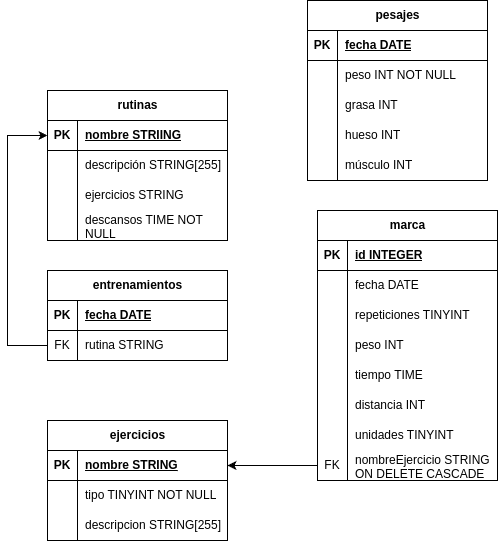
paccco/TFG keeps this draw.io diagram as doc/fotos/BDL iteracion 4.png. Above is the earlier version. Source tidied: cells renumbered, new cells last; positions are measured from the earlier drawing's top-left corner, leaving out a move shared by most shapes. Its diagram source:
```xml
<mxGraphModel>
  <root>
    <mxCell id="0" />
    <mxCell id="1" parent="0" />
    <mxCell id="2" value="ejercicios" style="shape=table;startSize=30;rowLines=0;fontStyle=1;align=center;html=1;" parent="1" vertex="1">
      <mxGeometry x="40" y="420" width="180" height="120" as="geometry" />
    </mxCell>
    <mxCell id="3" style="shape=tableRow;horizontal=0;startSize=0;swimlaneHead=0;swimlaneBody=0;fillColor=none;points=[[0,0.5],[1,0.5]];portConstraint=eastwest;top=0;left=0;right=0;bottom=1;" parent="2" vertex="1">
      <mxGeometry y="30" width="180" height="30" as="geometry" />
    </mxCell>
    <mxCell id="4" value="PK" style="shape=partialRectangle;fillColor=none;top=0;left=0;bottom=0;right=0;fontStyle=1;overflow=hidden;whiteSpace=wrap;html=1;" parent="3" vertex="1">
      <mxGeometry width="30" height="30" as="geometry" />
    </mxCell>
    <mxCell id="5" value="nombre STRING" style="shape=partialRectangle;fillColor=none;top=0;left=0;bottom=0;right=0;align=left;spacingLeft=6;fontStyle=5;overflow=hidden;whiteSpace=wrap;html=1;" parent="3" vertex="1">
      <mxGeometry x="30" width="150" height="30" as="geometry" />
    </mxCell>
    <mxCell id="6" style="shape=tableRow;horizontal=0;startSize=0;swimlaneHead=0;swimlaneBody=0;fillColor=none;top=0;left=0;right=0;bottom=0;" parent="2" vertex="1">
      <mxGeometry y="60" width="180" height="30" as="geometry" />
    </mxCell>
    <mxCell id="7" style="shape=partialRectangle;fillColor=none;top=0;left=0;bottom=0;right=0;overflow=hidden;whiteSpace=wrap;html=1;" parent="6" vertex="1">
      <mxGeometry width="30" height="30" as="geometry" />
    </mxCell>
    <mxCell id="8" value="tipo TINYINT NOT NULL" style="shape=partialRectangle;fillColor=none;top=0;left=0;bottom=0;right=0;align=left;spacingLeft=6;overflow=hidden;whiteSpace=wrap;html=1;" parent="6" vertex="1">
      <mxGeometry x="30" width="150" height="30" as="geometry" />
    </mxCell>
    <mxCell id="9" style="shape=tableRow;horizontal=0;startSize=0;swimlaneHead=0;swimlaneBody=0;fillColor=none;top=0;left=0;right=0;bottom=0;" parent="2" vertex="1">
      <mxGeometry y="90" width="180" height="30" as="geometry" />
    </mxCell>
    <mxCell id="10" style="shape=partialRectangle;fillColor=none;top=0;left=0;bottom=0;right=0;overflow=hidden;whiteSpace=wrap;html=1;" parent="9" vertex="1">
      <mxGeometry width="30" height="30" as="geometry" />
    </mxCell>
    <mxCell id="11" value="descripcion STRING[255]" style="shape=partialRectangle;fillColor=none;top=0;left=0;bottom=0;right=0;align=left;spacingLeft=6;overflow=hidden;whiteSpace=wrap;html=1;" parent="9" vertex="1">
      <mxGeometry x="30" width="150" height="30" as="geometry" />
    </mxCell>
    <mxCell id="12" value="marca" style="shape=table;startSize=30;rowLines=0;fontStyle=1;align=center;html=1;" parent="1" vertex="1">
      <mxGeometry x="310" y="210" width="180" height="270" as="geometry" />
    </mxCell>
    <mxCell id="13" style="shape=tableRow;horizontal=0;startSize=0;swimlaneHead=0;swimlaneBody=0;fillColor=none;top=0;left=0;right=0;bottom=1;" parent="12" vertex="1">
      <mxGeometry y="30" width="180" height="30" as="geometry" />
    </mxCell>
    <mxCell id="14" value="PK" style="shape=partialRectangle;fillColor=none;top=0;left=0;bottom=0;right=0;fontStyle=1;overflow=hidden;whiteSpace=wrap;html=1;" parent="13" vertex="1">
      <mxGeometry width="30" height="30" as="geometry" />
    </mxCell>
    <mxCell id="15" value="id INTEGER" style="shape=partialRectangle;fillColor=none;top=0;left=0;bottom=0;right=0;align=left;spacingLeft=6;fontStyle=5;overflow=hidden;whiteSpace=wrap;html=1;" parent="13" vertex="1">
      <mxGeometry x="30" width="150" height="30" as="geometry" />
    </mxCell>
    <mxCell id="16" style="shape=tableRow;horizontal=0;startSize=0;swimlaneHead=0;swimlaneBody=0;fillColor=none;top=0;left=0;right=0;bottom=0;" parent="12" vertex="1">
      <mxGeometry y="60" width="180" height="30" as="geometry" />
    </mxCell>
    <mxCell id="17" style="shape=partialRectangle;fillColor=none;top=0;left=0;bottom=0;right=0;overflow=hidden;whiteSpace=wrap;html=1;" parent="16" vertex="1">
      <mxGeometry width="30" height="30" as="geometry" />
    </mxCell>
    <mxCell id="18" value="fecha DATE" style="shape=partialRectangle;fillColor=none;top=0;left=0;bottom=0;right=0;align=left;spacingLeft=6;overflow=hidden;whiteSpace=wrap;html=1;" parent="16" vertex="1">
      <mxGeometry x="30" width="150" height="30" as="geometry" />
    </mxCell>
    <mxCell id="19" style="shape=tableRow;horizontal=0;startSize=0;swimlaneHead=0;swimlaneBody=0;fillColor=none;top=0;left=0;right=0;bottom=0;" parent="12" vertex="1">
      <mxGeometry y="90" width="180" height="30" as="geometry" />
    </mxCell>
    <mxCell id="20" style="shape=partialRectangle;fillColor=none;top=0;left=0;bottom=0;right=0;overflow=hidden;whiteSpace=wrap;html=1;" parent="19" vertex="1">
      <mxGeometry width="30" height="30" as="geometry" />
    </mxCell>
    <mxCell id="21" value="repeticiones TINYINT" style="shape=partialRectangle;fillColor=none;top=0;left=0;bottom=0;right=0;align=left;spacingLeft=6;overflow=hidden;whiteSpace=wrap;html=1;" parent="19" vertex="1">
      <mxGeometry x="30" width="150" height="30" as="geometry" />
    </mxCell>
    <mxCell id="22" style="shape=tableRow;horizontal=0;startSize=0;swimlaneHead=0;swimlaneBody=0;fillColor=none;top=0;left=0;right=0;bottom=0;" parent="12" vertex="1">
      <mxGeometry y="120" width="180" height="30" as="geometry" />
    </mxCell>
    <mxCell id="23" style="shape=partialRectangle;fillColor=none;top=0;left=0;bottom=0;right=0;overflow=hidden;whiteSpace=wrap;html=1;" parent="22" vertex="1">
      <mxGeometry width="30" height="30" as="geometry" />
    </mxCell>
    <mxCell id="24" value="peso INT" style="shape=partialRectangle;fillColor=none;top=0;left=0;bottom=0;right=0;align=left;spacingLeft=6;overflow=hidden;whiteSpace=wrap;html=1;" parent="22" vertex="1">
      <mxGeometry x="30" width="150" height="30" as="geometry" />
    </mxCell>
    <mxCell id="25" style="shape=tableRow;horizontal=0;startSize=0;swimlaneHead=0;swimlaneBody=0;fillColor=none;top=0;left=0;right=0;bottom=0;" parent="12" vertex="1">
      <mxGeometry y="150" width="180" height="30" as="geometry" />
    </mxCell>
    <mxCell id="26" style="shape=partialRectangle;fillColor=none;top=0;left=0;bottom=0;right=0;overflow=hidden;whiteSpace=wrap;html=1;" parent="25" vertex="1">
      <mxGeometry width="30" height="30" as="geometry" />
    </mxCell>
    <mxCell id="27" value="tiempo TIME" style="shape=partialRectangle;fillColor=none;top=0;left=0;bottom=0;right=0;align=left;spacingLeft=6;overflow=hidden;whiteSpace=wrap;html=1;" parent="25" vertex="1">
      <mxGeometry x="30" width="150" height="30" as="geometry" />
    </mxCell>
    <mxCell id="28" style="shape=tableRow;horizontal=0;startSize=0;swimlaneHead=0;swimlaneBody=0;fillColor=none;top=0;left=0;right=0;bottom=0;" parent="12" vertex="1">
      <mxGeometry y="180" width="180" height="30" as="geometry" />
    </mxCell>
    <mxCell id="29" style="shape=partialRectangle;fillColor=none;top=0;left=0;bottom=0;right=0;overflow=hidden;whiteSpace=wrap;html=1;" parent="28" vertex="1">
      <mxGeometry width="30" height="30" as="geometry" />
    </mxCell>
    <mxCell id="30" value="distancia INT" style="shape=partialRectangle;fillColor=none;top=0;left=0;bottom=0;right=0;align=left;spacingLeft=6;overflow=hidden;whiteSpace=wrap;html=1;" parent="28" vertex="1">
      <mxGeometry x="30" width="150" height="30" as="geometry" />
    </mxCell>
    <mxCell id="31" style="shape=tableRow;horizontal=0;startSize=0;swimlaneHead=0;swimlaneBody=0;fillColor=none;top=0;left=0;right=0;bottom=0;" parent="12" vertex="1">
      <mxGeometry y="210" width="180" height="30" as="geometry" />
    </mxCell>
    <mxCell id="32" style="shape=partialRectangle;fillColor=none;top=0;left=0;bottom=0;right=0;overflow=hidden;whiteSpace=wrap;html=1;" parent="31" vertex="1">
      <mxGeometry width="30" height="30" as="geometry" />
    </mxCell>
    <mxCell id="33" value="unidades TINYINT" style="shape=partialRectangle;fillColor=none;top=0;left=0;bottom=0;right=0;align=left;spacingLeft=6;overflow=hidden;whiteSpace=wrap;html=1;" parent="31" vertex="1">
      <mxGeometry x="30" width="150" height="30" as="geometry" />
    </mxCell>
    <mxCell id="34" style="shape=tableRow;horizontal=0;startSize=0;swimlaneHead=0;swimlaneBody=0;fillColor=none;points=[[0,0.5],[1,0.5]];portConstraint=eastwest;top=0;left=0;right=0;bottom=0;" parent="12" vertex="1">
      <mxGeometry y="240" width="180" height="30" as="geometry" />
    </mxCell>
    <mxCell id="35" value="FK" style="shape=partialRectangle;fillColor=none;top=0;left=0;bottom=0;right=0;overflow=hidden;whiteSpace=wrap;html=1;" parent="34" vertex="1">
      <mxGeometry width="30" height="30" as="geometry" />
    </mxCell>
    <mxCell id="36" value="nombreEjercicio STRING ON DELETE CASCADE" style="shape=partialRectangle;fillColor=none;top=0;left=0;bottom=0;right=0;align=left;spacingLeft=6;overflow=hidden;whiteSpace=wrap;html=1;" parent="34" vertex="1">
      <mxGeometry x="30" width="150" height="30" as="geometry" />
    </mxCell>
    <mxCell id="37" style="endArrow=classic;html=1;rounded=0;exitX=0;exitY=0.5;exitDx=0;exitDy=0;entryX=1;entryY=0.5;entryDx=0;entryDy=0;" parent="1" edge="1" source="34" target="3">
      <mxGeometry relative="1" as="geometry" />
    </mxCell>
    <mxCell id="38" value="rutinas" style="shape=table;startSize=30;rowLines=0;fontStyle=1;align=center;html=1;" parent="1" vertex="1">
      <mxGeometry x="40" y="90" width="180" height="150" as="geometry" />
    </mxCell>
    <mxCell id="39" style="shape=tableRow;horizontal=0;startSize=0;swimlaneHead=0;swimlaneBody=0;fillColor=none;points=[[0,0.5],[1,0.5]];portConstraint=eastwest;top=0;left=0;right=0;bottom=1;" parent="38" vertex="1">
      <mxGeometry y="30" width="180" height="30" as="geometry" />
    </mxCell>
    <mxCell id="40" value="PK" style="shape=partialRectangle;fillColor=none;top=0;left=0;bottom=0;right=0;fontStyle=1;overflow=hidden;whiteSpace=wrap;html=1;" parent="39" vertex="1">
      <mxGeometry width="30" height="30" as="geometry" />
    </mxCell>
    <mxCell id="41" value="nombre STRIING" style="shape=partialRectangle;fillColor=none;top=0;left=0;bottom=0;right=0;align=left;spacingLeft=6;fontStyle=5;overflow=hidden;whiteSpace=wrap;html=1;" parent="39" vertex="1">
      <mxGeometry x="30" width="150" height="30" as="geometry" />
    </mxCell>
    <mxCell id="42" style="shape=tableRow;horizontal=0;startSize=0;swimlaneHead=0;swimlaneBody=0;fillColor=none;top=0;left=0;right=0;bottom=0;" parent="38" vertex="1">
      <mxGeometry y="60" width="180" height="30" as="geometry" />
    </mxCell>
    <mxCell id="43" style="shape=partialRectangle;fillColor=none;top=0;left=0;bottom=0;right=0;overflow=hidden;whiteSpace=wrap;html=1;" parent="42" vertex="1">
      <mxGeometry width="30" height="30" as="geometry" />
    </mxCell>
    <mxCell id="44" value="descripción STRING[255]" style="shape=partialRectangle;fillColor=none;top=0;left=0;bottom=0;right=0;align=left;spacingLeft=6;overflow=hidden;whiteSpace=wrap;html=1;" parent="42" vertex="1">
      <mxGeometry x="30" width="150" height="30" as="geometry" />
    </mxCell>
    <mxCell id="45" style="shape=tableRow;horizontal=0;startSize=0;swimlaneHead=0;swimlaneBody=0;fillColor=none;top=0;left=0;right=0;bottom=0;" parent="38" vertex="1">
      <mxGeometry y="90" width="180" height="30" as="geometry" />
    </mxCell>
    <mxCell id="46" style="shape=partialRectangle;fillColor=none;top=0;left=0;bottom=0;right=0;overflow=hidden;whiteSpace=wrap;html=1;" parent="45" vertex="1">
      <mxGeometry width="30" height="30" as="geometry" />
    </mxCell>
    <mxCell id="47" value="ejercicios STRING" style="shape=partialRectangle;fillColor=none;top=0;left=0;bottom=0;right=0;align=left;spacingLeft=6;overflow=hidden;whiteSpace=wrap;html=1;" parent="45" vertex="1">
      <mxGeometry x="30" width="150" height="30" as="geometry" />
    </mxCell>
    <mxCell id="48" style="shape=tableRow;horizontal=0;startSize=0;swimlaneHead=0;swimlaneBody=0;fillColor=none;top=0;left=0;right=0;bottom=0;" parent="38" vertex="1">
      <mxGeometry y="120" width="180" height="30" as="geometry" />
    </mxCell>
    <mxCell id="49" style="shape=partialRectangle;fillColor=none;top=0;left=0;bottom=0;right=0;overflow=hidden;whiteSpace=wrap;html=1;" parent="48" vertex="1">
      <mxGeometry width="30" height="30" as="geometry" />
    </mxCell>
    <mxCell id="50" value="descansos TIME NOT NULL" style="shape=partialRectangle;fillColor=none;top=0;left=0;bottom=0;right=0;align=left;spacingLeft=6;overflow=hidden;whiteSpace=wrap;html=1;" parent="48" vertex="1">
      <mxGeometry x="30" width="150" height="30" as="geometry" />
    </mxCell>
    <mxCell id="51" value="entrenamientos" style="shape=table;startSize=30;rowLines=0;fontStyle=1;align=center;html=1;" parent="1" vertex="1">
      <mxGeometry x="40" y="270" width="180" height="90" as="geometry" />
    </mxCell>
    <mxCell id="52" style="shape=tableRow;horizontal=0;startSize=0;swimlaneHead=0;swimlaneBody=0;fillColor=none;top=0;left=0;right=0;bottom=1;" parent="51" vertex="1">
      <mxGeometry y="30" width="180" height="30" as="geometry" />
    </mxCell>
    <mxCell id="53" value="PK" style="shape=partialRectangle;fillColor=none;top=0;left=0;bottom=0;right=0;fontStyle=1;overflow=hidden;whiteSpace=wrap;html=1;" parent="52" vertex="1">
      <mxGeometry width="30" height="30" as="geometry" />
    </mxCell>
    <mxCell id="54" value="fecha DATE" style="shape=partialRectangle;fillColor=none;top=0;left=0;bottom=0;right=0;align=left;spacingLeft=6;fontStyle=5;overflow=hidden;whiteSpace=wrap;html=1;" parent="52" vertex="1">
      <mxGeometry x="30" width="150" height="30" as="geometry" />
    </mxCell>
    <mxCell id="55" style="shape=tableRow;horizontal=0;startSize=0;swimlaneHead=0;swimlaneBody=0;fillColor=none;points=[[0,0.5],[1,0.5]];portConstraint=eastwest;top=0;left=0;right=0;bottom=0;" parent="51" vertex="1">
      <mxGeometry y="60" width="180" height="30" as="geometry" />
    </mxCell>
    <mxCell id="56" value="FK" style="shape=partialRectangle;fillColor=none;top=0;left=0;bottom=0;right=0;overflow=hidden;whiteSpace=wrap;html=1;" parent="55" vertex="1">
      <mxGeometry width="30" height="30" as="geometry" />
    </mxCell>
    <mxCell id="57" value="rutina STRING" style="shape=partialRectangle;fillColor=none;top=0;left=0;bottom=0;right=0;align=left;spacingLeft=6;overflow=hidden;whiteSpace=wrap;html=1;" parent="55" vertex="1">
      <mxGeometry x="30" width="150" height="30" as="geometry" />
    </mxCell>
    <mxCell id="58" style="endArrow=classic;html=1;rounded=0;exitX=0;exitY=0.5;exitDx=0;exitDy=0;entryX=0;entryY=0.5;entryDx=0;entryDy=0;" parent="1" edge="1" source="55" target="39">
      <mxGeometry relative="1" as="geometry">
        <Array as="points">
          <mxPoint y="345" />
          <mxPoint y="135" />
        </Array>
      </mxGeometry>
    </mxCell>
    <mxCell id="59" value="pesajes" style="shape=table;startSize=30;rowLines=0;fontStyle=1;align=center;html=1;" parent="1" vertex="1">
      <mxGeometry x="300" width="180" height="180" as="geometry" />
    </mxCell>
    <mxCell id="60" style="shape=tableRow;horizontal=0;startSize=0;swimlaneHead=0;swimlaneBody=0;fillColor=none;top=0;left=0;right=0;bottom=1;" parent="59" vertex="1">
      <mxGeometry y="30" width="180" height="30" as="geometry" />
    </mxCell>
    <mxCell id="61" value="PK" style="shape=partialRectangle;fillColor=none;top=0;left=0;bottom=0;right=0;fontStyle=1;overflow=hidden;whiteSpace=wrap;html=1;" parent="60" vertex="1">
      <mxGeometry width="30" height="30" as="geometry" />
    </mxCell>
    <mxCell id="62" value="fecha DATE" style="shape=partialRectangle;fillColor=none;top=0;left=0;bottom=0;right=0;align=left;spacingLeft=6;fontStyle=5;overflow=hidden;whiteSpace=wrap;html=1;" parent="60" vertex="1">
      <mxGeometry x="30" width="150" height="30" as="geometry" />
    </mxCell>
    <mxCell id="63" style="shape=tableRow;horizontal=0;startSize=0;swimlaneHead=0;swimlaneBody=0;fillColor=none;top=0;left=0;right=0;bottom=0;" parent="59" vertex="1">
      <mxGeometry y="60" width="180" height="30" as="geometry" />
    </mxCell>
    <mxCell id="64" style="shape=partialRectangle;fillColor=none;top=0;left=0;bottom=0;right=0;overflow=hidden;whiteSpace=wrap;html=1;" parent="63" vertex="1">
      <mxGeometry width="30" height="30" as="geometry" />
    </mxCell>
    <mxCell id="65" value="peso INT NOT NULL" style="shape=partialRectangle;fillColor=none;top=0;left=0;bottom=0;right=0;align=left;spacingLeft=6;overflow=hidden;whiteSpace=wrap;html=1;" parent="63" vertex="1">
      <mxGeometry x="30" width="150" height="30" as="geometry" />
    </mxCell>
    <mxCell id="66" style="shape=tableRow;horizontal=0;startSize=0;swimlaneHead=0;swimlaneBody=0;fillColor=none;top=0;left=0;right=0;bottom=0;" parent="59" vertex="1">
      <mxGeometry y="90" width="180" height="30" as="geometry" />
    </mxCell>
    <mxCell id="67" style="shape=partialRectangle;fillColor=none;top=0;left=0;bottom=0;right=0;overflow=hidden;whiteSpace=wrap;html=1;" parent="66" vertex="1">
      <mxGeometry width="30" height="30" as="geometry" />
    </mxCell>
    <mxCell id="68" value="grasa INT" style="shape=partialRectangle;fillColor=none;top=0;left=0;bottom=0;right=0;align=left;spacingLeft=6;overflow=hidden;whiteSpace=wrap;html=1;" parent="66" vertex="1">
      <mxGeometry x="30" width="150" height="30" as="geometry" />
    </mxCell>
    <mxCell id="69" style="shape=tableRow;horizontal=0;startSize=0;swimlaneHead=0;swimlaneBody=0;fillColor=none;top=0;left=0;right=0;bottom=0;" parent="59" vertex="1">
      <mxGeometry y="120" width="180" height="30" as="geometry" />
    </mxCell>
    <mxCell id="70" style="shape=partialRectangle;fillColor=none;top=0;left=0;bottom=0;right=0;overflow=hidden;whiteSpace=wrap;html=1;" parent="69" vertex="1">
      <mxGeometry width="30" height="30" as="geometry" />
    </mxCell>
    <mxCell id="71" value="hueso INT" style="shape=partialRectangle;fillColor=none;top=0;left=0;bottom=0;right=0;align=left;spacingLeft=6;overflow=hidden;whiteSpace=wrap;html=1;" parent="69" vertex="1">
      <mxGeometry x="30" width="150" height="30" as="geometry" />
    </mxCell>
    <mxCell id="72" style="shape=tableRow;horizontal=0;startSize=0;swimlaneHead=0;swimlaneBody=0;fillColor=none;top=0;left=0;right=0;bottom=0;" parent="59" vertex="1">
      <mxGeometry y="150" width="180" height="30" as="geometry" />
    </mxCell>
    <mxCell id="73" style="shape=partialRectangle;fillColor=none;top=0;left=0;bottom=0;right=0;overflow=hidden;whiteSpace=wrap;html=1;" parent="72" vertex="1">
      <mxGeometry width="30" height="30" as="geometry" />
    </mxCell>
    <mxCell id="74" value="músculo INT" style="shape=partialRectangle;fillColor=none;top=0;left=0;bottom=0;right=0;align=left;spacingLeft=6;overflow=hidden;whiteSpace=wrap;html=1;" parent="72" vertex="1">
      <mxGeometry x="30" width="150" height="30" as="geometry" />
    </mxCell>
  </root>
</mxGraphModel>
```
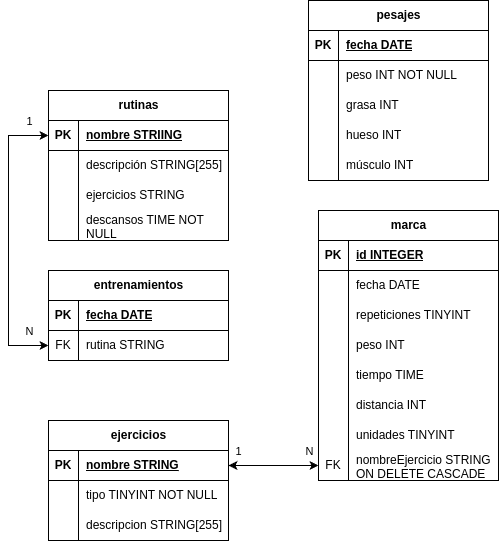
After the commit.

Diff of the diagram source:
```diff
@@ -107,9 +107,19 @@
     <mxCell id="36" value="nombreEjercicio STRING ON DELETE CASCADE" style="shape=partialRectangle;fillColor=none;top=0;left=0;bottom=0;right=0;align=left;spacingLeft=6;overflow=hidden;whiteSpace=wrap;html=1;" parent="34" vertex="1">
       <mxGeometry x="30" width="150" height="30" as="geometry" />
     </mxCell>
-    <mxCell id="37" style="endArrow=classic;html=1;rounded=0;exitX=0;exitY=0.5;exitDx=0;exitDy=0;entryX=1;entryY=0.5;entryDx=0;entryDy=0;" parent="1" edge="1" source="34" target="3">
+    <mxCell id="37" style="endArrow=classic;html=1;rounded=0;exitX=0;exitY=0.5;exitDx=0;exitDy=0;entryX=1;entryY=0.5;entryDx=0;entryDy=0;startArrow=classic;startFill=1;" parent="1" edge="1" source="34" target="3">
       <mxGeometry relative="1" as="geometry" />
     </mxCell>
+    <mxCell id="75" value="1" style="edgeLabel;html=1;align=center;verticalAlign=middle;" parent="37" vertex="1">
+      <mxGeometry x="-0.03" y="-1" relative="1" as="geometry">
+        <mxPoint x="-37" y="-14" as="offset" />
+      </mxGeometry>
+    </mxCell>
+    <mxCell id="76" value="N" style="edgeLabel;html=1;align=center;verticalAlign=middle;" parent="37" vertex="1">
+      <mxGeometry x="-0.04" relative="1" as="geometry">
+        <mxPoint x="33" y="-15" as="offset" />
+      </mxGeometry>
+    </mxCell>
     <mxCell id="38" value="rutinas" style="shape=table;startSize=30;rowLines=0;fontStyle=1;align=center;html=1;" parent="1" vertex="1">
       <mxGeometry x="40" y="90" width="180" height="150" as="geometry" />
     </mxCell>
@@ -170,7 +180,7 @@
     <mxCell id="57" value="rutina STRING" style="shape=partialRectangle;fillColor=none;top=0;left=0;bottom=0;right=0;align=left;spacingLeft=6;overflow=hidden;whiteSpace=wrap;html=1;" parent="55" vertex="1">
       <mxGeometry x="30" width="150" height="30" as="geometry" />
     </mxCell>
-    <mxCell id="58" style="endArrow=classic;html=1;rounded=0;exitX=0;exitY=0.5;exitDx=0;exitDy=0;entryX=0;entryY=0.5;entryDx=0;entryDy=0;" parent="1" edge="1" source="55" target="39">
+    <mxCell id="58" style="endArrow=classic;html=1;rounded=0;exitX=0;exitY=0.5;exitDx=0;exitDy=0;entryX=0;entryY=0.5;entryDx=0;entryDy=0;startArrow=classic;startFill=1;" parent="1" edge="1" source="55" target="39">
       <mxGeometry relative="1" as="geometry">
         <Array as="points">
           <mxPoint y="345" />
@@ -178,6 +188,16 @@
         </Array>
       </mxGeometry>
     </mxCell>
+    <mxCell id="77" value="N" style="edgeLabel;html=1;align=center;verticalAlign=middle;" parent="58" vertex="1">
+      <mxGeometry x="-0.05" relative="1" as="geometry">
+        <mxPoint x="20" y="83" as="offset" />
+      </mxGeometry>
+    </mxCell>
+    <mxCell id="78" value="1" style="edgeLabel;html=1;align=center;verticalAlign=middle;" parent="58" vertex="1">
+      <mxGeometry x="0.05" y="1" relative="1" as="geometry">
+        <mxPoint x="21" y="-113" as="offset" />
+      </mxGeometry>
+    </mxCell>
     <mxCell id="59" value="pesajes" style="shape=table;startSize=30;rowLines=0;fontStyle=1;align=center;html=1;" parent="1" vertex="1">
       <mxGeometry x="300" width="180" height="180" as="geometry" />
     </mxCell>
```
